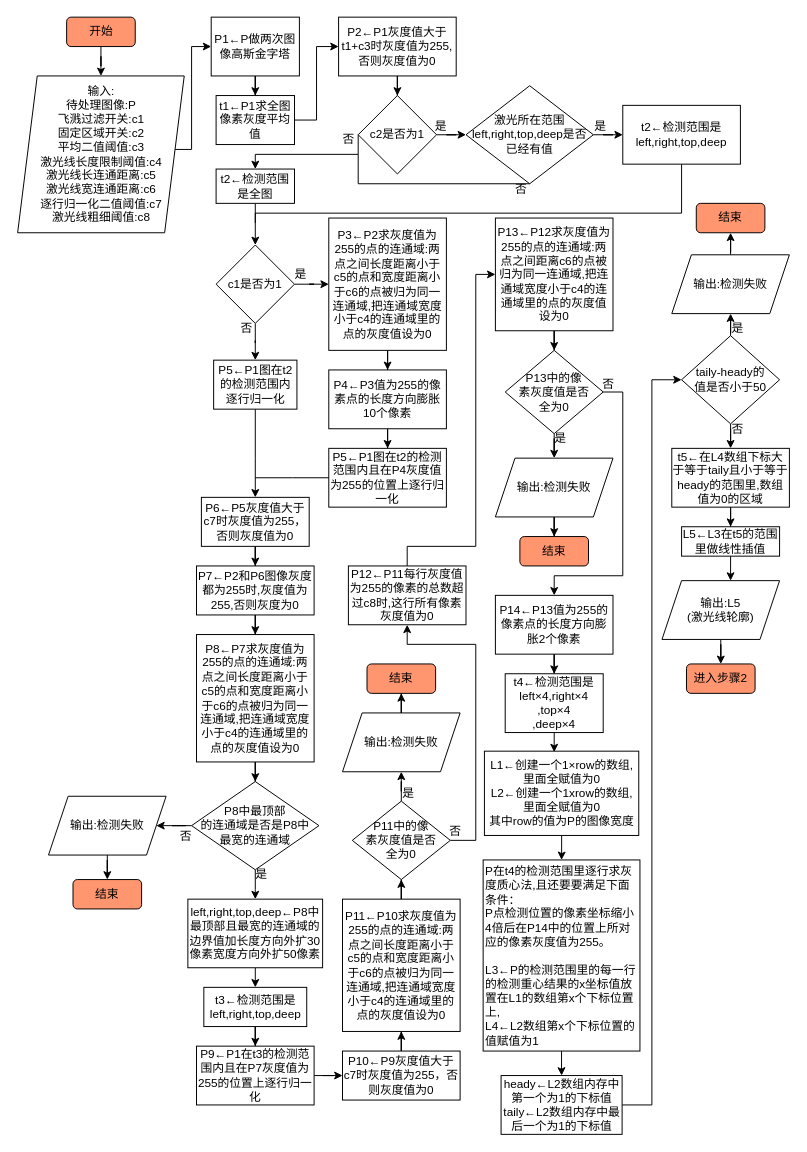
The draw.io diagram 未命名绘图.drawio in qubo188612/Visio, before the edit. Source tidied: cells renumbered, new cells numbered last; positions are measured from the earlier drawing's top-left corner, leaving out a move shared by most shapes. Both pictures are drawn from the tidied source at 98%, with x=0, y=0 at pixel (17, 17).
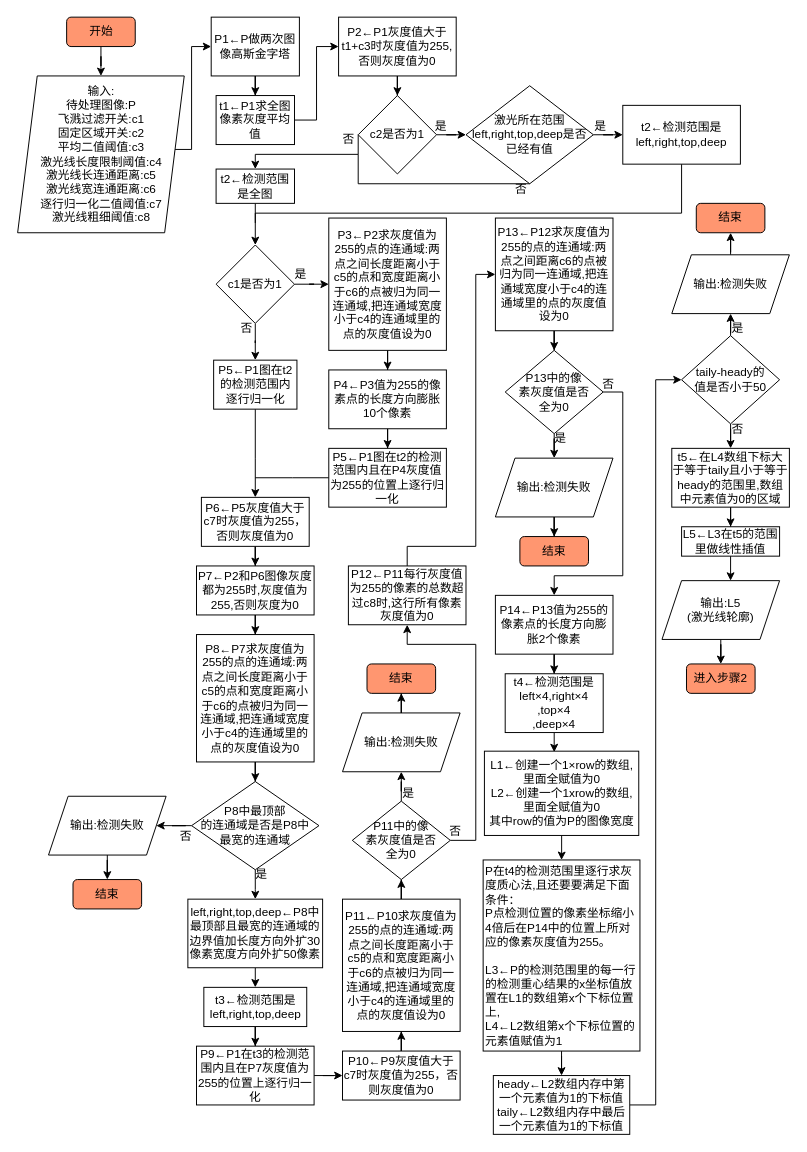
Above is the later version.

Commit message:
更新未命名绘图.drawio

What changed in the source:
```diff
@@
-    <mxCell id="88" value="&lt;div style=&quot;&quot;&gt;&lt;span style=&quot;background-color: initial;&quot;&gt;P在t4的检测范围里逐行求灰度质心法&lt;/span&gt;&lt;span style=&quot;background-color: initial;&quot;&gt;,且还要要满足下面条件：&lt;/span&gt;&lt;/div&gt;P点检测位置的像素坐标缩小4倍后在P14中的位置上所对应的像素灰度值为255。&lt;br&gt;&lt;br&gt;L3←P的检测范围里的每一行的检测重心结果的x坐标值放置在L1的数组第x个下标位置上,&lt;br&gt;L4←L2数组第x个下标位置的值赋值为1" style="rounded=0;whiteSpace=wrap;html=1;fillColor=#FFFFFF;align=left;" parent="1" vertex="1">
+    <mxCell id="88" value="&lt;div style=&quot;&quot;&gt;&lt;span style=&quot;background-color: initial;&quot;&gt;P在t4的检测范围里逐行求灰度质心法&lt;/span&gt;&lt;span style=&quot;background-color: initial;&quot;&gt;,且还要要满足下面条件：&lt;/span&gt;&lt;/div&gt;P点检测位置的像素坐标缩小4倍后在P14中的位置上所对应的像素灰度值为255。&lt;br&gt;&lt;br&gt;L3←P的检测范围里的每一行的检测重心结果的x坐标值放置在L1的数组第x个下标位置上,&lt;br&gt;L4←L2数组第x个下标位置的元素值赋值为1" style="rounded=0;whiteSpace=wrap;html=1;fillColor=#FFFFFF;align=left;" parent="1" vertex="1">
       <mxGeometry x="475.5" y="860" width="160" height="195" as="geometry" />
     </mxCell>
@@
-    <mxCell id="92" value="heady←L2数组内存中第一个为1的下标值&lt;br&gt;taily←L2数组内存中最后一个为1的下标值" style="rounded=0;whiteSpace=wrap;html=1;" parent="1" vertex="1">
-      <mxGeometry x="493.8" y="1080" width="123.5" height="60" as="geometry" />
+    <mxCell id="92" value="heady←L2数组内存中第一个元素值为1的下标值&lt;br&gt;taily←L2数组内存中最后一个元素值为1的下标值" style="rounded=0;whiteSpace=wrap;html=1;" parent="1" vertex="1">
+      <mxGeometry x="485.9" y="1080" width="139.2" height="60" as="geometry" />
     </mxCell>
@@
-    <mxCell id="101" value="t5←在L4数组下标大于等于taily且小于等于heady的范围里,数组值为0的区域" style="rounded=0;whiteSpace=wrap;html=1;" parent="1" vertex="1">
+    <mxCell id="101" value="t5←在L4数组下标大于等于taily且小于等于heady的范围里,数组中元素值为0的区域" style="rounded=0;whiteSpace=wrap;html=1;" parent="1" vertex="1">
       <mxGeometry x="668" y="440" width="120" height="60" as="geometry" />
     </mxCell>
```
